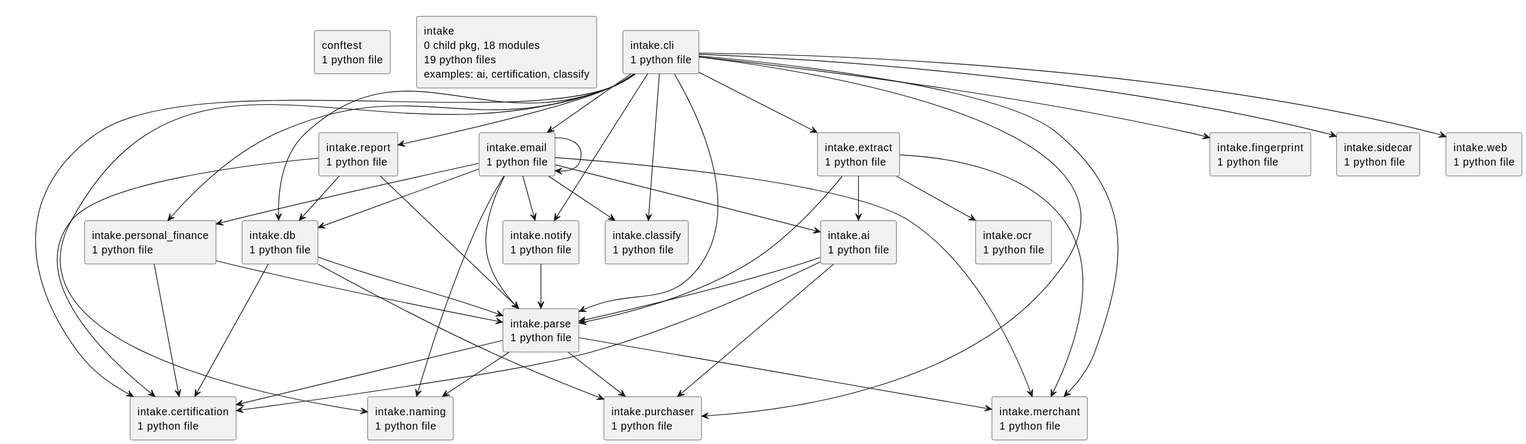
Earlier version of the PlantUML export docs/diagrams/python-packages.puml.svg (casonk/intake).
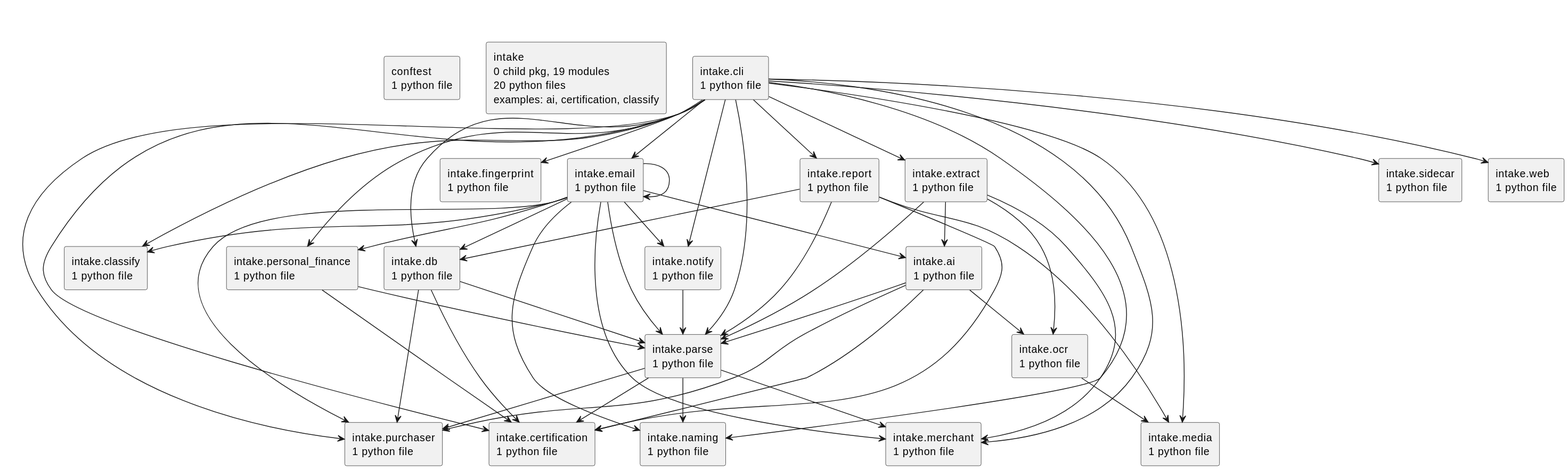
The same diagram one commit later.

The edit, as a diff of the source:
```diff
@@ -3,7 +3,7 @@
 top to bottom direction
 skinparam componentStyle rectangle
 rectangle "conftest\n1 python file" as conftest
-rectangle "intake\n0 child pkg, 18 modules\n19 python files\nexamples: ai, certification, classify" as intake
+rectangle "intake\n0 child pkg, 19 modules\n20 python files\nexamples: ai, certification, classify" as intake
 rectangle "intake.ai\n1 python file" as intake.ai
 rectangle "intake.certification\n1 python file" as intake.certification
 rectangle "intake.classify\n1 python file" as intake.classify
@@ -12,6 +12,7 @@
 rectangle "intake.email\n1 python file" as intake.email
 rectangle "intake.extract\n1 python file" as intake.extract
 rectangle "intake.fingerprint\n1 python file" as intake.fingerprint
+rectangle "intake.media\n1 python file" as intake.media
 rectangle "intake.merchant\n1 python file" as intake.merchant
 rectangle "intake.naming\n1 python file" as intake.naming
 rectangle "intake.notify\n1 python file" as intake.notify
@@ -23,6 +24,7 @@
 rectangle "intake.sidecar\n1 python file" as intake.sidecar
 rectangle "intake.web\n1 python file" as intake.web
 intake.ai --> intake.certification
+intake.ai --> intake.ocr
 intake.ai --> intake.parse
 intake.ai --> intake.purchaser
 intake.cli --> intake.certification
@@ -31,6 +33,7 @@
 intake.cli --> intake.email
 intake.cli --> intake.extract
 intake.cli --> intake.fingerprint
+intake.cli --> intake.media
 intake.cli --> intake.merchant
 intake.cli --> intake.naming
 intake.cli --> intake.notify
@@ -52,11 +55,13 @@
 intake.email --> intake.notify
 intake.email --> intake.parse
 intake.email --> intake.personal_finance
+intake.email --> intake.purchaser
 intake.extract --> intake.ai
 intake.extract --> intake.merchant
 intake.extract --> intake.ocr
 intake.extract --> intake.parse
 intake.notify --> intake.parse
+intake.ocr --> intake.media
 intake.parse --> intake.certification
 intake.parse --> intake.merchant
 intake.parse --> intake.naming
@@ -65,5 +70,6 @@
 intake.personal_finance --> intake.parse
 intake.report --> intake.certification
 intake.report --> intake.db
+intake.report --> intake.media
 intake.report --> intake.parse
 @enduml
```
